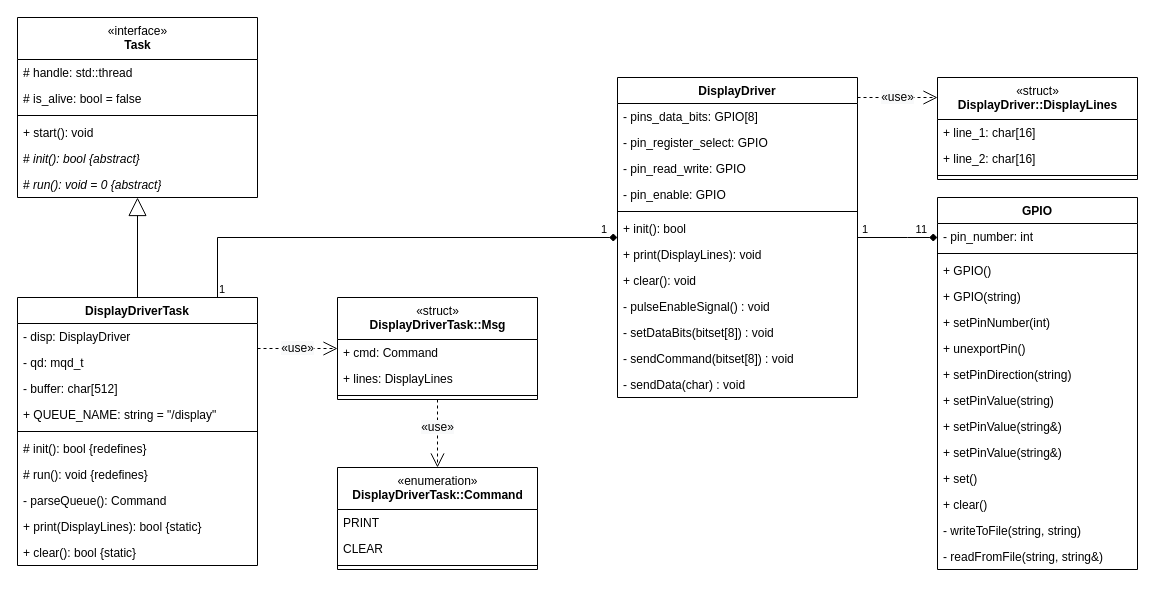
LasseGoransson/ESD-E2020 keeps this draw.io diagram as diagrams/display-driver-overview.drawio. Above is the earlier version. Source tidied: cells renumbered, new cells numbered last; positions are measured from the earlier drawing's top-left corner, leaving out a move shared by most shapes. Both pictures are drawn from the tidied source at 100%, with x=0, y=0 at pixel (17, 17).
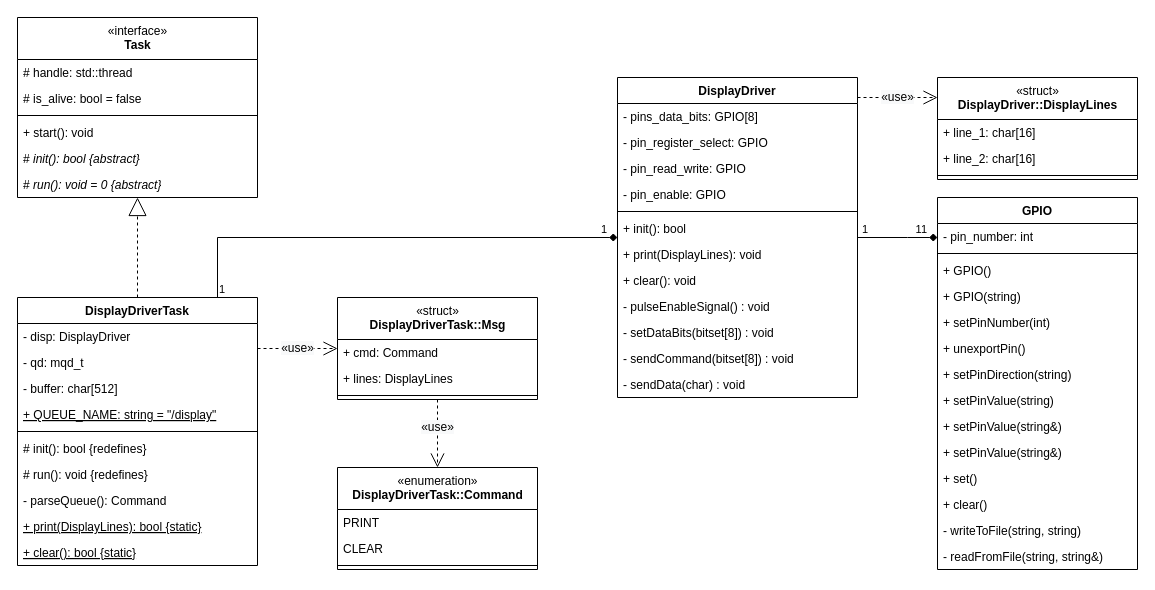
The same diagram, later.

Unchanged cells that the change refers to:
```xml
<mxCell id="2" value="&lt;span style=&quot;font-weight: normal&quot;&gt;«interface»&lt;br&gt;&lt;/span&gt;Task" style="swimlane;fontStyle=1;align=center;verticalAlign=top;horizontal=1;startSize=42;html=1;" parent="1" vertex="1">
  <mxGeometry width="240" height="180" as="geometry" />
</mxCell>
<mxCell id="12" value="DisplayDriverTask" style="swimlane;fontStyle=1;align=center;verticalAlign=top;horizontal=1;startSize=26;" parent="1" vertex="1">
  <mxGeometry y="280" width="240" height="268" as="geometry" />
</mxCell>
```

What changed in the source:
```diff
@@
-    <mxCell id="11" style="endArrow=block;endSize=16;endFill=0;html=1;" parent="1" edge="1" source="12" target="2">
+    <mxCell id="11" style="endArrow=block;endSize=16;endFill=0;html=1;rounded=0;dashed=1;" parent="1" edge="1" source="12" target="2">
       <mxGeometry relative="1" as="geometry" />
     </mxCell>
@@
-    <mxCell id="16" value="+ QUEUE_NAME: string = &quot;/display&quot;" style="text;strokeColor=none;fillColor=none;align=left;verticalAlign=top;spacingLeft=4;spacingRight=4;overflow=hidden;" parent="12" vertex="1">
+    <mxCell id="16" value="+ QUEUE_NAME: string = &quot;/display&quot;" style="text;strokeColor=none;fillColor=none;align=left;verticalAlign=top;spacingLeft=4;spacingRight=4;overflow=hidden;fontStyle=4;" parent="12" vertex="1">
       <mxGeometry y="104" width="240" height="26" as="geometry" />
     </mxCell>
@@
-    <mxCell id="21" value="+ print(DisplayLines): bool {static}" style="text;strokeColor=none;fillColor=none;align=left;verticalAlign=top;spacingLeft=4;spacingRight=4;overflow=hidden;" parent="12" vertex="1">
+    <mxCell id="21" value="+ print(DisplayLines): bool {static}" style="text;strokeColor=none;fillColor=none;align=left;verticalAlign=top;spacingLeft=4;spacingRight=4;overflow=hidden;fontStyle=4;" parent="12" vertex="1">
       <mxGeometry y="216" width="240" height="26" as="geometry" />
     </mxCell>
-    <mxCell id="22" value="+ clear(): bool {static}" style="text;strokeColor=none;fillColor=none;align=left;verticalAlign=top;spacingLeft=4;spacingRight=4;overflow=hidden;" parent="12" vertex="1">
+    <mxCell id="22" value="+ clear(): bool {static}" style="text;strokeColor=none;fillColor=none;align=left;verticalAlign=top;spacingLeft=4;spacingRight=4;overflow=hidden;fontStyle=4;" parent="12" vertex="1">
       <mxGeometry y="242" width="240" height="26" as="geometry" />
     </mxCell>
```
